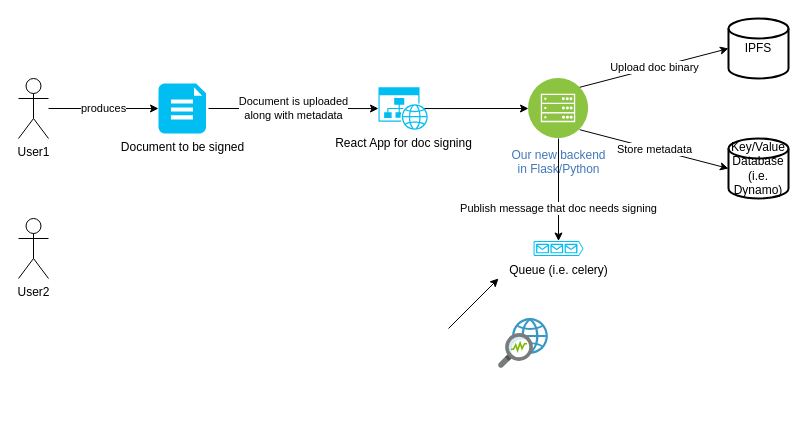
wiktorjl/eth_docsigning keeps this draw.io diagram as Untitled Diagram.drawio. Above is the earlier version. Source tidied: cells renumbered, new cells numbered last; positions are measured from the earlier drawing's top-left corner, leaving out a move shared by most shapes. Both pictures are drawn from the tidied source at 100%, with x=0, y=0 at pixel (18, 18).
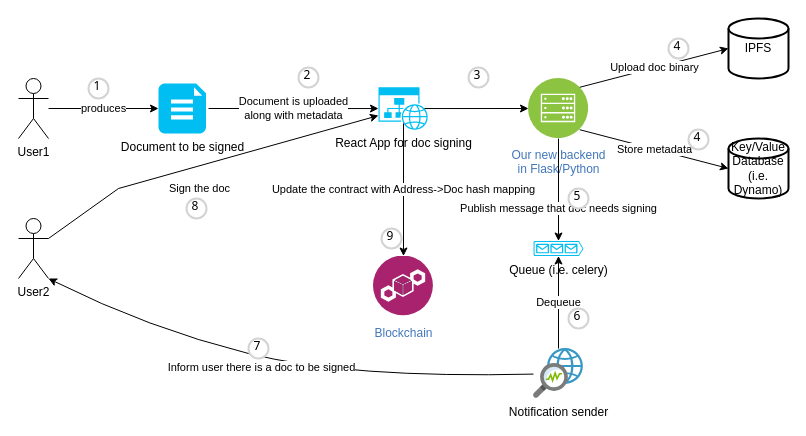
The same diagram, later.

Unchanged cells that the change refers to:
```xml
<mxCell id="6" value="React App for doc signing" style="verticalLabelPosition=bottom;html=1;verticalAlign=top;align=center;strokeColor=none;fillColor=#00BEF2;shape=mxgraph.azure.website_generic;" parent="1" vertex="1">
  <mxGeometry x="360" y="68.8" width="50" height="42.5" as="geometry" />
</mxCell>
<mxCell id="13" value="User2" style="shape=umlActor;verticalLabelPosition=bottom;verticalAlign=top;html=1;outlineConnect=0;" parent="1" vertex="1">
  <mxGeometry y="200" width="30" height="60" as="geometry" />
</mxCell>
<mxCell id="16" value="Queue (i.e. celery)" style="verticalLabelPosition=bottom;html=1;verticalAlign=top;align=center;strokeColor=none;fillColor=#00BEF2;shape=mxgraph.azure.queue_generic;" parent="1" vertex="1">
  <mxGeometry x="515" y="222.5" width="50" height="15" as="geometry" />
</mxCell>
```

Change to the diagram source:
```diff
@@
-    <mxCell id="14" style="sketch=0;html=1;points=[];align=center;image;fontSize=12;image=img/lib/mscae/Network_watcher.svg;" parent="1" vertex="1">
-      <mxGeometry x="480" y="300" width="50" height="50" as="geometry" />
+    <mxCell id="14" value="Notification sender" style="sketch=0;html=1;points=[];align=center;image;fontSize=12;image=img/lib/mscae/Network_watcher.svg;" parent="1" vertex="1">
+      <mxGeometry x="515" y="330" width="50" height="50" as="geometry" />
     </mxCell>
-    <mxCell id="15" style="endArrow=classic;html=1;rounded=0;" parent="1" edge="1">
-      <mxGeometry relative="1" as="geometry">
-        <mxPoint x="430" y="310" as="sourcePoint" />
-        <mxPoint x="480" y="260" as="targetPoint" />
-      </mxGeometry>
+    <mxCell id="15" value="Dequeue" style="endArrow=classic;html=1;rounded=0;" parent="1" edge="1" source="14" target="16">
+      <mxGeometry relative="1" as="geometry" />
     </mxCell>
@@
+    <mxCell id="18" value="Inform user there is a doc to be signed" style="curved=1;endArrow=classic;html=1;rounded=0;entryX=1;entryY=1;entryDx=0;entryDy=0;entryPerimeter=0;" parent="1" edge="1" source="14" target="13">
+      <mxGeometry x="0.08" y="10" relative="1" as="geometry">
+        <Array as="points">
+          <mxPoint x="330" y="360" />
+          <mxPoint x="130" y="310" />
+        </Array>
+      </mxGeometry>
+    </mxCell>
+    <mxCell id="19" value="Sign the doc" style="endArrow=classic;html=1;rounded=0;exitX=1;exitY=0.3333333333333333;exitDx=0;exitDy=0;exitPerimeter=0;" parent="1" edge="1" source="13" target="6">
+      <mxGeometry x="-0.08" y="-22" relative="1" as="geometry">
+        <Array as="points">
+          <mxPoint x="100" y="170" />
+        </Array>
+      </mxGeometry>
+    </mxCell>
+    <mxCell id="20" value="Blockchain" style="perimeter=ellipsePerimeter;html=1;align=center;shadow=0;dashed=0;fontColor=#4277BB;labelBackgroundColor=#ffffff;fontSize=12;spacingTop=3;image;image=img/lib/ibm/blockchain/blockchain.svg;" parent="1" vertex="1">
+      <mxGeometry x="355" y="237.5" width="60" height="60" as="geometry" />
+    </mxCell>
+    <mxCell id="21" value="Update the contract with Address-&amp;gt;Doc hash mapping" style="endArrow=classic;html=1;rounded=0;entryX=0.5;entryY=0;entryDx=0;entryDy=0;exitX=0.5;exitY=0.85;exitDx=0;exitDy=0;exitPerimeter=0;" parent="1" edge="1" source="6" target="20">
+      <mxGeometry relative="1" as="geometry" />
+    </mxCell>
+    <mxCell id="22" value="1" style="ellipse;whiteSpace=wrap;html=1;strokeWidth=2;fontFamily=Tahoma;spacingBottom=4;spacingRight=2;strokeColor=#d3d3d3;" parent="1" vertex="1">
+      <mxGeometry x="70" y="60" width="20" height="20" as="geometry" />
+    </mxCell>
+    <mxCell id="23" value="2" style="ellipse;whiteSpace=wrap;html=1;strokeWidth=2;fontFamily=Tahoma;spacingBottom=4;spacingRight=2;strokeColor=#d3d3d3;" parent="1" vertex="1">
+      <mxGeometry x="280" y="49" width="20" height="20" as="geometry" />
+    </mxCell>
+    <mxCell id="24" value="3" style="ellipse;whiteSpace=wrap;html=1;strokeWidth=2;fontFamily=Tahoma;spacingBottom=4;spacingRight=2;strokeColor=#d3d3d3;" parent="1" vertex="1">
+      <mxGeometry x="450" y="49" width="20" height="20" as="geometry" />
+    </mxCell>
+    <mxCell id="25" value="4" style="ellipse;whiteSpace=wrap;html=1;strokeWidth=2;fontFamily=Tahoma;spacingBottom=4;spacingRight=2;strokeColor=#d3d3d3;" parent="1" vertex="1">
+      <mxGeometry x="650" y="20" width="20" height="20" as="geometry" />
+    </mxCell>
+    <mxCell id="26" value="4" style="ellipse;whiteSpace=wrap;html=1;strokeWidth=2;fontFamily=Tahoma;spacingBottom=4;spacingRight=2;strokeColor=#d3d3d3;" parent="1" vertex="1">
+      <mxGeometry x="670" y="111" width="20" height="20" as="geometry" />
+    </mxCell>
+    <mxCell id="27" value="5" style="ellipse;whiteSpace=wrap;html=1;strokeWidth=2;fontFamily=Tahoma;spacingBottom=4;spacingRight=2;strokeColor=#d3d3d3;" parent="1" vertex="1">
+      <mxGeometry x="550" y="170" width="20" height="20" as="geometry" />
+    </mxCell>
+    <mxCell id="28" value="6" style="ellipse;whiteSpace=wrap;html=1;strokeWidth=2;fontFamily=Tahoma;spacingBottom=4;spacingRight=2;strokeColor=#d3d3d3;" parent="1" vertex="1">
+      <mxGeometry x="550" y="290" width="20" height="20" as="geometry" />
+    </mxCell>
+    <mxCell id="29" value="7" style="ellipse;whiteSpace=wrap;html=1;strokeWidth=2;fontFamily=Tahoma;spacingBottom=4;spacingRight=2;strokeColor=#d3d3d3;" parent="1" vertex="1">
+      <mxGeometry x="230" y="320" width="20" height="20" as="geometry" />
+    </mxCell>
+    <mxCell id="30" value="8" style="ellipse;whiteSpace=wrap;html=1;strokeWidth=2;fontFamily=Tahoma;spacingBottom=4;spacingRight=2;strokeColor=#d3d3d3;" parent="1" vertex="1">
+      <mxGeometry x="168" y="180" width="20" height="20" as="geometry" />
+    </mxCell>
+    <mxCell id="31" value="9" style="ellipse;whiteSpace=wrap;html=1;strokeWidth=2;fontFamily=Tahoma;spacingBottom=4;spacingRight=2;strokeColor=#d3d3d3;" parent="1" vertex="1">
+      <mxGeometry x="363" y="210" width="20" height="20" as="geometry" />
+    </mxCell>
```
